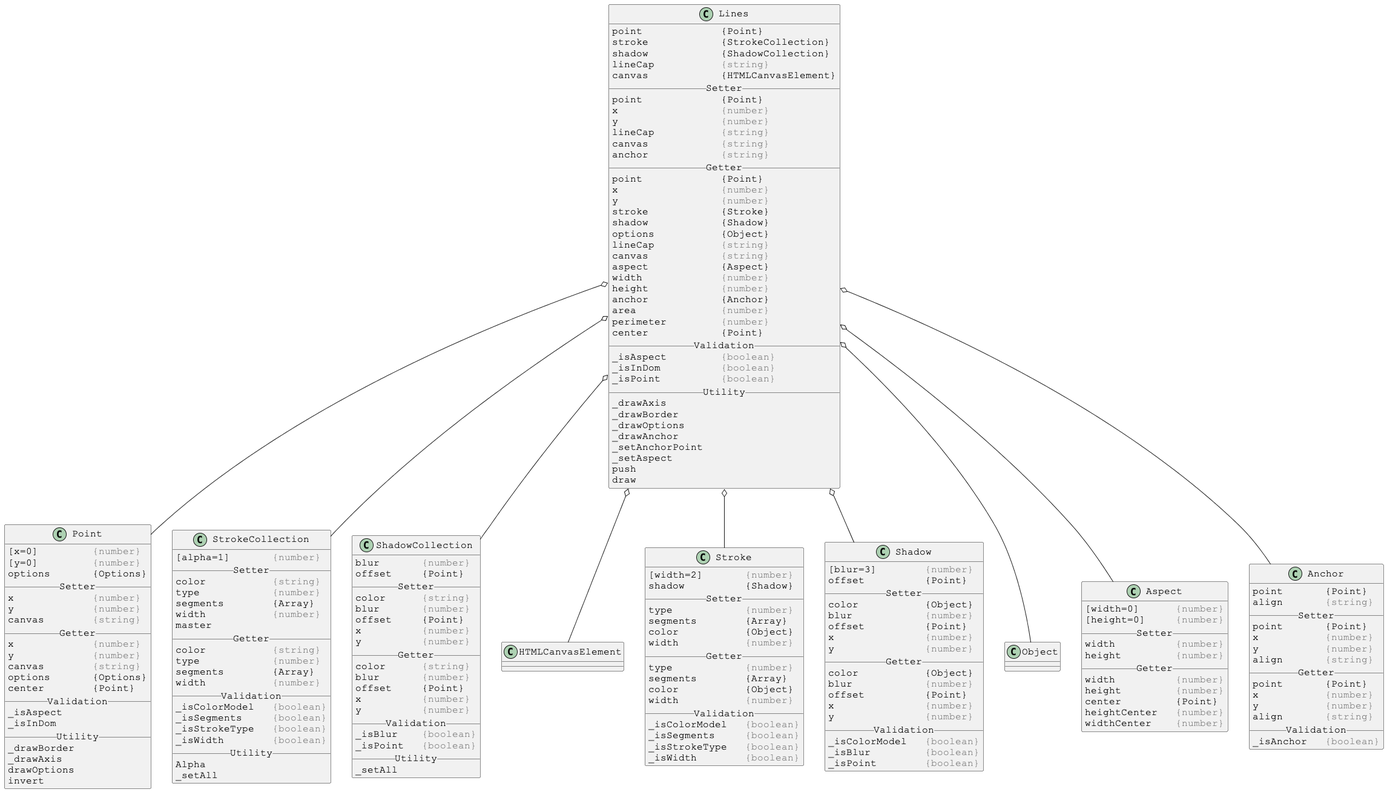
Earlier version of the PlantUML export docs/PlantUml/images/linked/Lines-linked.png (Justin-Byrne/canvasLab).
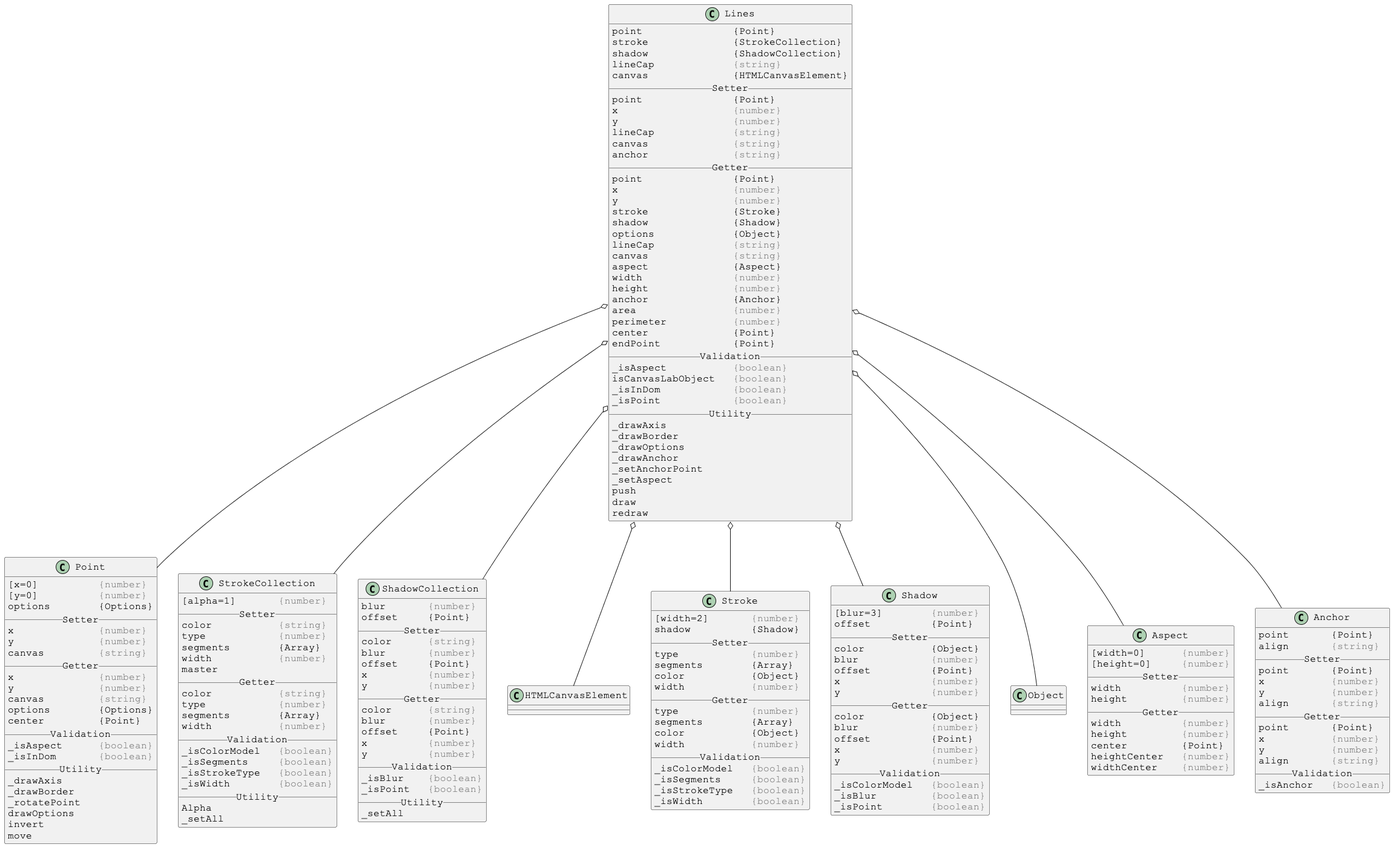
After the change.

Diff of the diagram source:
```diff
@@ -4,38 +4,40 @@
 skinparam DefaultFontName Courier New
 
 class Lines {
-point             {Point}
-stroke            {StrokeCollection}
-shadow            {ShadowCollection}
-lineCap           <color:gray>{string}</color>
-canvas            {HTMLCanvasElement}
+point               {Point}
+stroke              {StrokeCollection}
+shadow              {ShadowCollection}
+lineCap             <color:gray>{string}</color>
+canvas              {HTMLCanvasElement}
 __ Setter __
-point             {Point}
-x                 <color:gray>{number}</color>
-y                 <color:gray>{number}</color>
-lineCap           <color:gray>{string}</color>
-canvas            <color:gray>{string}</color>
-anchor            <color:gray>{string}</color>
+point               {Point}
+x                   <color:gray>{number}</color>
+y                   <color:gray>{number}</color>
+lineCap             <color:gray>{string}</color>
+canvas              <color:gray>{string}</color>
+anchor              <color:gray>{string}</color>
 __ Getter __
-point             {Point}
-x                 <color:gray>{number}</color>
-y                 <color:gray>{number}</color>
-stroke            {Stroke}
-shadow            {Shadow}
-options           {Object}
-lineCap           <color:gray>{string}</color>
-canvas            <color:gray>{string}</color>
-aspect            {Aspect}
-width             <color:gray>{number}</color>
-height            <color:gray>{number}</color>
-anchor            {Anchor}
-area              <color:gray>{number}</color>
-perimeter         <color:gray>{number}</color>
-center            {Point}
+point               {Point}
+x                   <color:gray>{number}</color>
+y                   <color:gray>{number}</color>
+stroke              {Stroke}
+shadow              {Shadow}
+options             {Object}
+lineCap             <color:gray>{string}</color>
+canvas              <color:gray>{string}</color>
+aspect              {Aspect}
+width               <color:gray>{number}</color>
+height              <color:gray>{number}</color>
+anchor              {Anchor}
+area                <color:gray>{number}</color>
+perimeter           <color:gray>{number}</color>
+center              {Point}
+endPoint            {Point}
 __ Validation __
-_isAspect         <color:gray>{boolean}</color>
-_isInDom          <color:gray>{boolean}</color>
-_isPoint          <color:gray>{boolean}</color>
+_isAspect           <color:gray>{boolean}</color>
+isCanvasLabObject   <color:gray>{boolean}</color>
+_isInDom            <color:gray>{boolean}</color>
+_isPoint            <color:gray>{boolean}</color>
 __ Utility __
 _drawAxis
 _drawBorder
@@ -45,6 +47,7 @@
 _setAspect
 push
 draw
+redraw
 }
 
 Lines o-- Point
@@ -63,27 +66,29 @@
 skinparam DefaultFontName Courier New
 
 class Point {
-[x=0]         <color:gray>{number}</color>
-[y=0]         <color:gray>{number}</color>
-options       {Options}
+[x=0]          <color:gray>{number}</color>
+[y=0]          <color:gray>{number}</color>
+options        {Options}
 __ Setter __
-x             <color:gray>{number}</color>
-y             <color:gray>{number}</color>
-canvas        <color:gray>{string}</color>
+x              <color:gray>{number}</color>
+y              <color:gray>{number}</color>
+canvas         <color:gray>{string}</color>
 __ Getter __
-x             <color:gray>{number}</color>
-y             <color:gray>{number}</color>
-canvas        <color:gray>{string}</color>
-options       {Options}
-center        {Point}
+x              <color:gray>{number}</color>
+y              <color:gray>{number}</color>
+canvas         <color:gray>{string}</color>
+options        {Options}
+center         {Point}
 __ Validation __
-_isAspect
-_isInDom
+_isAspect      <color:gray>{boolean}</color>
+_isInDom       <color:gray>{boolean}</color>
 __ Utility __
+_drawAxis
 _drawBorder
-_drawAxis
+_rotatePoint
 drawOptions
 invert
+move
 }
 
 
```
